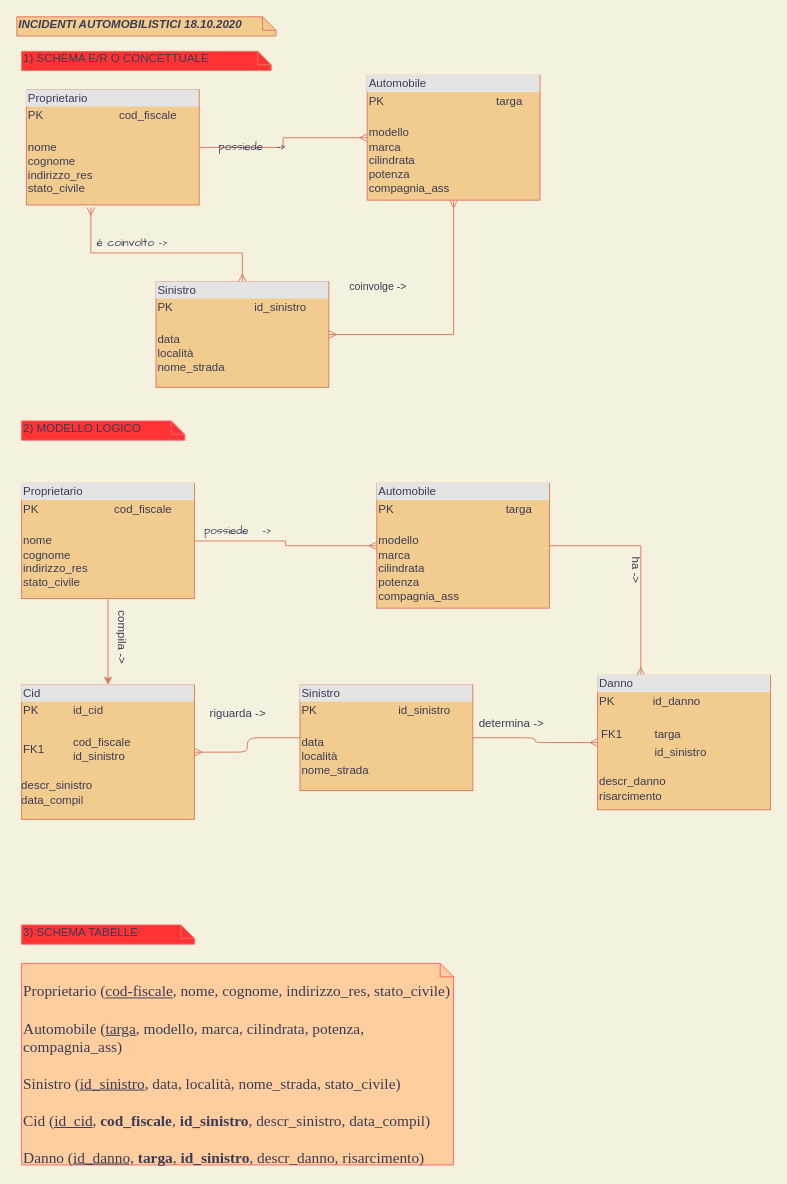
Earlier version of the draw.io diagram Untitled Diagram.drawio (claudiaamorosi/eserciziInformatica). Source tidied: cells renumbered, new cells numbered last; positions are measured from the earlier drawing's top-left corner, leaving out a move shared by most shapes. Both pictures are drawn from the tidied source at 96%, with x=0, y=0 at pixel (16, 16).
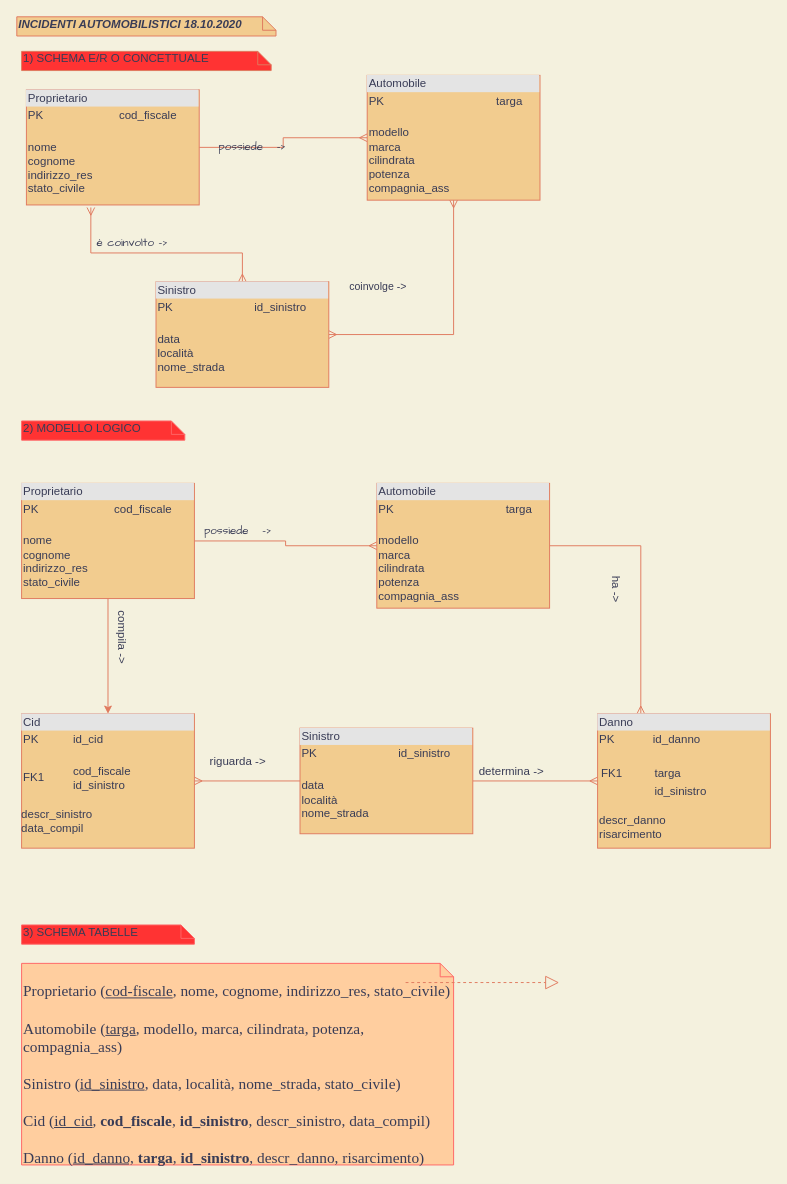
The same page after the edit.

Change to the diagram source:
```diff
@@
     <mxCell id="19" value="&lt;div style=&quot;box-sizing: border-box ; width: 100% ; background: #e4e4e4 ; padding: 2px&quot;&gt;Sinistro&lt;/div&gt;&lt;table style=&quot;width: 100% ; font-size: 1em&quot; cellpadding=&quot;2&quot; cellspacing=&quot;0&quot;&gt;&lt;tbody&gt;&lt;tr&gt;&lt;td&gt;PK&lt;/td&gt;&lt;td&gt;id_sinistro&lt;/td&gt;&lt;/tr&gt;&lt;tr&gt;&lt;td&gt;&lt;br&gt;data&lt;br&gt;località&lt;br&gt;nome_strada&lt;/td&gt;&lt;td&gt;&lt;/td&gt;&lt;/tr&gt;&lt;/tbody&gt;&lt;/table&gt;" style="verticalAlign=top;align=left;overflow=fill;html=1;labelBackgroundColor=none;strokeColor=#E07A5F;fontFamily=Helvetica;fillColor=#F2CC8F;fontColor=#393C56;" parent="1" vertex="1">
-      <mxGeometry x="295" y="696" width="180" height="110" as="geometry" />
+      <mxGeometry x="295" y="741" width="180" height="110" as="geometry" />
     </mxCell>
@@
     <mxCell id="23" value="&lt;div style=&quot;box-sizing: border-box ; width: 100% ; background: #e4e4e4 ; padding: 2px&quot;&gt;Danno&lt;/div&gt;&lt;table style=&quot;width: 100% ; font-size: 1em&quot; cellpadding=&quot;2&quot; cellspacing=&quot;0&quot;&gt;&lt;tbody&gt;&lt;tr&gt;&lt;td&gt;PK&amp;nbsp; &amp;nbsp; &amp;nbsp; &amp;nbsp; &amp;nbsp; &amp;nbsp; id_danno&lt;/td&gt;&lt;td&gt;&lt;br&gt;&lt;/td&gt;&lt;/tr&gt;&lt;tr&gt;&lt;td&gt;&lt;br&gt;&lt;table cellpadding=&quot;2&quot; cellspacing=&quot;0&quot; style=&quot;font-size: 1em ; width: 180px&quot;&gt;&lt;tbody&gt;&lt;tr&gt;&lt;td&gt;FK1&lt;/td&gt;&lt;td&gt;targa&lt;/td&gt;&lt;/tr&gt;&lt;tr&gt;&lt;td&gt;&lt;/td&gt;&lt;td&gt;id_sinistro&lt;/td&gt;&lt;/tr&gt;&lt;/tbody&gt;&lt;/table&gt;&amp;nbsp; &amp;nbsp;&lt;br&gt;descr_danno&lt;br&gt;risarcimento&lt;br&gt;&lt;br&gt;&lt;/td&gt;&lt;td&gt;&lt;/td&gt;&lt;/tr&gt;&lt;tr&gt;&lt;td&gt;&lt;/td&gt;&lt;td&gt;&lt;br&gt;&lt;br&gt;&lt;br&gt;&lt;/td&gt;&lt;/tr&gt;&lt;/tbody&gt;&lt;/table&gt;" style="verticalAlign=top;align=left;overflow=fill;html=1;labelBackgroundColor=none;strokeColor=#E07A5F;fontFamily=Helvetica;fillColor=#F2CC8F;fontColor=#393C56;" parent="1" vertex="1">
-      <mxGeometry x="605" y="686" width="180" height="140" as="geometry" />
+      <mxGeometry x="605" y="726" width="180" height="140" as="geometry" />
     </mxCell>
     <mxCell id="24" value="&lt;div style=&quot;box-sizing: border-box ; width: 100% ; background: #e4e4e4 ; padding: 2px&quot;&gt;Cid&lt;/div&gt;&lt;table style=&quot;width: 100% ; font-size: 1em&quot; cellpadding=&quot;2&quot; cellspacing=&quot;0&quot;&gt;&lt;tbody&gt;&lt;tr&gt;&lt;td&gt;PK&lt;/td&gt;&lt;td&gt;id_cid&lt;/td&gt;&lt;/tr&gt;&lt;tr&gt;&lt;td&gt;FK1&lt;/td&gt;&lt;td&gt;&lt;br&gt;cod_fiscale&lt;br&gt;id_sinistro&lt;br&gt;&lt;br&gt;&lt;/td&gt;&lt;/tr&gt;&lt;/tbody&gt;&lt;/table&gt;descr_sinistro&lt;br&gt;data_compil" style="verticalAlign=top;align=left;overflow=fill;html=1;labelBackgroundColor=none;strokeColor=#E07A5F;fontFamily=Helvetica;fillColor=#F2CC8F;fontColor=#393C56;" parent="1" vertex="1">
-      <mxGeometry x="5" y="696" width="180" height="140" as="geometry" />
+      <mxGeometry x="5" y="726" width="180" height="140" as="geometry" />
     </mxCell>
     <mxCell id="25" value="riguarda -&amp;gt;" style="text;html=1;align=center;verticalAlign=middle;fontColor=#393C56;" parent="1" vertex="1">
-      <mxGeometry x="195" y="716" width="70" height="20" as="geometry" />
+      <mxGeometry x="195" y="766" width="70" height="20" as="geometry" />
     </mxCell>
     <mxCell id="26" value="determina -&amp;gt;" style="text;html=1;align=center;verticalAlign=middle;fontColor=#393C56;" parent="1" vertex="1">
-      <mxGeometry x="475" y="726" width="80" height="20" as="geometry" />
+      <mxGeometry x="475" y="776" width="80" height="20" as="geometry" />
     </mxCell>
@@
     <mxCell id="28" value="ha -&amp;gt;" style="text;html=1;align=center;verticalAlign=middle;fontColor=#393C56;rotation=90;" parent="1" vertex="1">
-      <mxGeometry x="625" y="566" width="40" height="20" as="geometry" />
+      <mxGeometry x="605" y="586" width="40" height="20" as="geometry" />
     </mxCell>
@@
+    <mxCell id="31" style="endArrow=block;dashed=1;endFill=0;endSize=12;html=1;strokeColor=#E07A5F;fillColor=#F2CC8F;fontColor=#393C56;" parent="1" edge="1">
+      <mxGeometry relative="1" as="geometry">
+        <mxPoint x="405" y="1006" as="sourcePoint" />
+        <mxPoint x="565" y="1006" as="targetPoint" />
+      </mxGeometry>
+    </mxCell>
```
